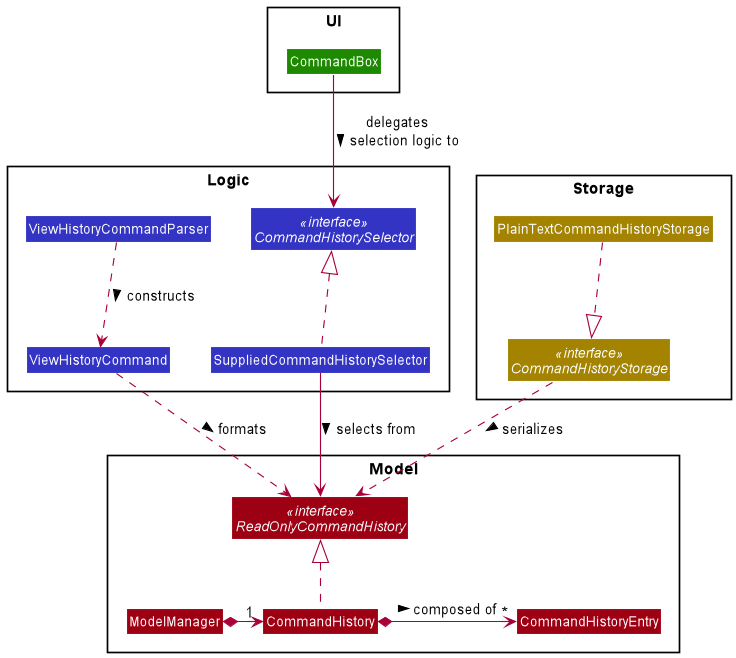
nus-cs2103-AY2021S2/tp keeps this PlantUML diagram as docs/images/commandhistory/CmdHistModelClassDiagram.png. Above is the earlier version.
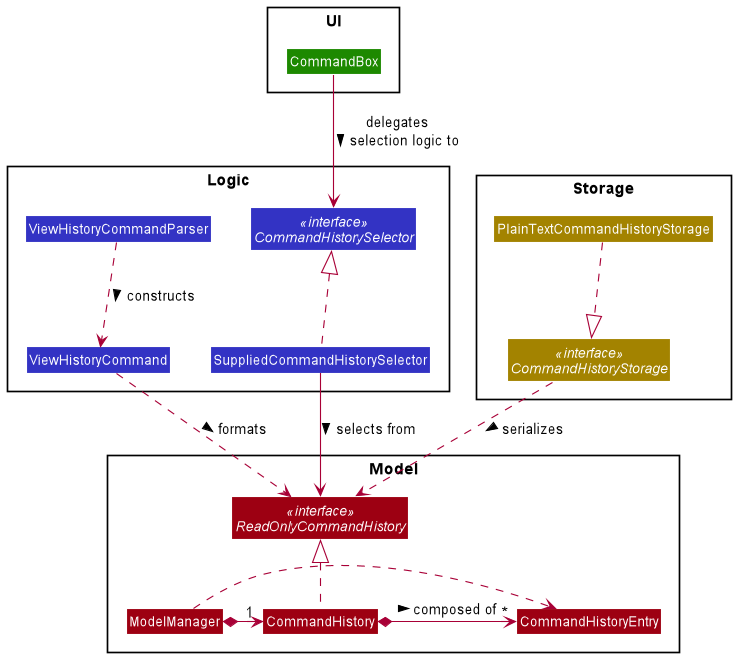
Later version of the same file.

Commit message:
Docs(DG): Fix cmd hist class diagram

What changed in the source:
```diff
@@ -28,6 +28,7 @@
 CommandBox --> CommandHistorySelector : delegates\nselection logic to >
 CommandHistory *-> "*" CommandHistoryEntry : composed of >
 ModelManager *-> "1" CommandHistory
+ModelManager .> CommandHistoryEntry
 ViewHistoryCommand ..> ReadOnlyCommandHistory : formats >
 ViewHistoryCommandParser ..> ViewHistoryCommand : constructs >
 CommandHistoryStorage ..> ReadOnlyCommandHistory : serializes >
```
